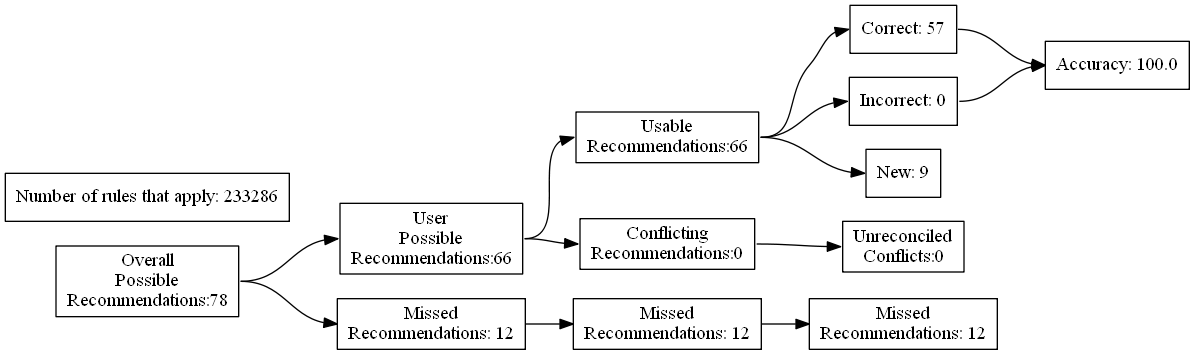
The Graphviz diagram test_renders/69.gv.png in ZaxR/ibd_diet_analysis, before a commit. Its source is kept beside it as test_renders/69.gv.
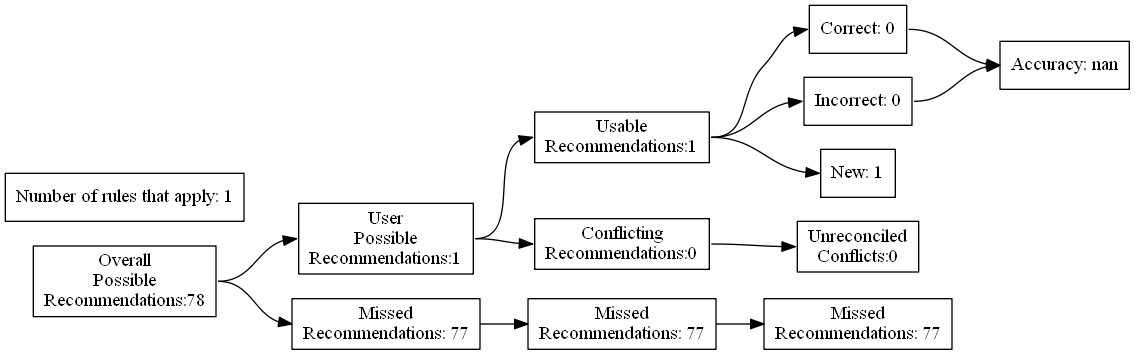
The same file after the commit.

What changed in the source:
```diff
@@ -7,24 +7,24 @@
 Recommendations:78"]
 		B [label="User
 Possible
-Recommendations:66"]
+Recommendations:1"]
 		C [label="Missed
-Recommendations: 12"]
+Recommendations: 77"]
 		D [label="Usable
-Recommendations:66"]
+Recommendations:1"]
 		E [label="Conflicting
 Recommendations:0"]
 		J [label="Missed
-Recommendations: 12"]
+Recommendations: 77"]
 		M [label="Unreconciled
 Conflicts:0"]
-		F [label="Correct: 57"]
+		F [label="Correct: 0"]
 		G [label="Incorrect: 0"]
-		H [label="New: 9"]
+		H [label="New: 1"]
 		K [label="Missed
-Recommendations: 12"]
-		I [label="Accuracy: 100.0"]
-		l [label="Number of rules that apply: 233286"]
+Recommendations: 77"]
+		I [label="Accuracy: nan"]
+		l [label="Number of rules that apply: 1"]
 			A -> B
 			A -> C
 			B -> D
```
